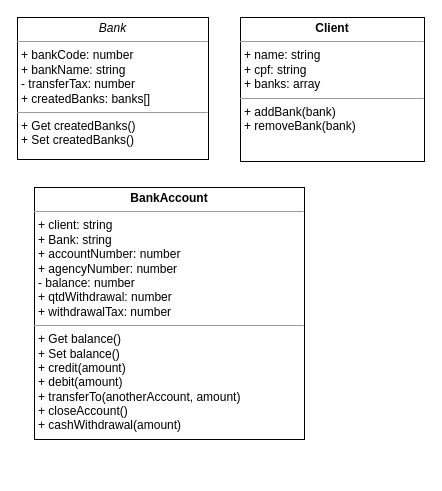
The draw.io diagram Exercícios/Para casa/entregas/Doria-fernandes/POO1.drawio in reprograma/on25-IJS-orientacao-objetos-I, before the edit. Source tidied: cells renumbered, new cells numbered last; positions are measured from the earlier drawing's top-left corner, leaving out a move shared by most shapes. Both pictures are drawn from the tidied source at 100%, with x=0, y=0 at pixel (17, 17).
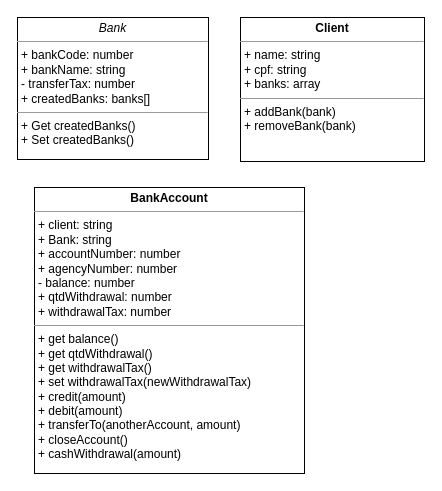
Above is the later version.

What changed in the source:
```diff
@@
 <mxGraphModel>
   <root>
     <mxCell id="0" />
     <mxCell id="1" parent="0" />
     <mxCell id="2" value="&lt;p style=&quot;margin:0px;margin-top:4px;text-align:center;&quot;&gt;&lt;i&gt;Bank&lt;/i&gt;&lt;/p&gt;&lt;hr size=&quot;1&quot;&gt;&lt;p style=&quot;margin:0px;margin-left:4px;&quot;&gt;+ bankCode: number&lt;/p&gt;&lt;p style=&quot;margin:0px;margin-left:4px;&quot;&gt;+ bankName: string&lt;/p&gt;&lt;p style=&quot;margin:0px;margin-left:4px;&quot;&gt;- transferTax: number&lt;/p&gt;&lt;p style=&quot;margin:0px;margin-left:4px;&quot;&gt;+ createdBanks: banks[]&amp;nbsp;&lt;/p&gt;&lt;hr size=&quot;1&quot;&gt;&lt;p style=&quot;margin:0px;margin-left:4px;&quot;&gt;+ Get createdBanks()&lt;/p&gt;&lt;p style=&quot;margin:0px;margin-left:4px;&quot;&gt;&lt;span style=&quot;background-color: initial;&quot;&gt;+ Set createdBanks()&lt;/span&gt;&lt;/p&gt;" style="verticalAlign=top;align=left;overflow=fill;fontSize=12;fontFamily=Helvetica;html=1;whiteSpace=wrap;" parent="1" vertex="1">
       <mxGeometry width="191" height="142" as="geometry" />
     </mxCell>
     <mxCell id="3" value="&lt;p style=&quot;margin:0px;margin-top:4px;text-align:center;&quot;&gt;&lt;b&gt;Client&lt;/b&gt;&lt;/p&gt;&lt;hr size=&quot;1&quot;&gt;&lt;p style=&quot;margin:0px;margin-left:4px;&quot;&gt;+ name: string&lt;/p&gt;&lt;p style=&quot;margin:0px;margin-left:4px;&quot;&gt;+ cpf: string&amp;nbsp;&lt;/p&gt;&lt;p style=&quot;margin:0px;margin-left:4px;&quot;&gt;+ banks: array&lt;/p&gt;&lt;hr size=&quot;1&quot;&gt;&lt;p style=&quot;margin:0px;margin-left:4px;&quot;&gt;+ addBank(bank)&lt;/p&gt;&lt;p style=&quot;margin:0px;margin-left:4px;&quot;&gt;+ removeBank(bank)&lt;/p&gt;&lt;p style=&quot;margin:0px;margin-left:4px;&quot;&gt;&lt;br&gt;&lt;/p&gt;" style="verticalAlign=top;align=left;overflow=fill;fontSize=12;fontFamily=Helvetica;html=1;whiteSpace=wrap;" parent="1" vertex="1">
       <mxGeometry x="223" width="184" height="144" as="geometry" />
     </mxCell>
-    <mxCell id="4" value="&lt;p style=&quot;margin:0px;margin-top:4px;text-align:center;&quot;&gt;&lt;b&gt;BankAccount&lt;/b&gt;&lt;/p&gt;&lt;hr size=&quot;1&quot;&gt;&lt;p style=&quot;margin:0px;margin-left:4px;&quot;&gt;+ client: string&lt;/p&gt;&lt;p style=&quot;margin:0px;margin-left:4px;&quot;&gt;+ Bank: string&lt;/p&gt;&lt;p style=&quot;margin:0px;margin-left:4px;&quot;&gt;+ accountNumber: number&lt;/p&gt;&lt;p style=&quot;margin:0px;margin-left:4px;&quot;&gt;+ agencyNumber: number&lt;/p&gt;&lt;p style=&quot;margin:0px;margin-left:4px;&quot;&gt;-&lt;span style=&quot;background-color: initial;&quot;&gt;&amp;nbsp;balance: number&lt;/span&gt;&lt;/p&gt;&lt;p style=&quot;margin:0px;margin-left:4px;&quot;&gt;&lt;span style=&quot;background-color: initial;&quot;&gt;+ qtdWithdrawal: number&lt;/span&gt;&lt;/p&gt;&lt;p style=&quot;margin:0px;margin-left:4px;&quot;&gt;&lt;span style=&quot;background-color: initial;&quot;&gt;+ withdrawalTax: number&lt;/span&gt;&lt;/p&gt;&lt;hr size=&quot;1&quot;&gt;&lt;p style=&quot;margin:0px;margin-left:4px;&quot;&gt;+ Get balance()&lt;/p&gt;&lt;p style=&quot;margin:0px;margin-left:4px;&quot;&gt;+ Set balance()&lt;/p&gt;&lt;p style=&quot;margin:0px;margin-left:4px;&quot;&gt;+ credit(amount)&lt;/p&gt;&lt;p style=&quot;margin:0px;margin-left:4px;&quot;&gt;+ debit(amount)&lt;/p&gt;&lt;p style=&quot;margin:0px;margin-left:4px;&quot;&gt;+ transferTo(anotherAccount, amount)&lt;/p&gt;&lt;p style=&quot;margin:0px;margin-left:4px;&quot;&gt;+ closeAccount()&lt;/p&gt;&lt;p style=&quot;margin:0px;margin-left:4px;&quot;&gt;+ cashWithdrawal(amount)&lt;/p&gt;&lt;p style=&quot;margin:0px;margin-left:4px;&quot;&gt;&lt;br&gt;&lt;/p&gt;" style="verticalAlign=top;align=left;overflow=fill;fontSize=12;fontFamily=Helvetica;html=1;whiteSpace=wrap;" parent="1" vertex="1">
-      <mxGeometry x="17" y="170" width="270" height="252" as="geometry" />
+    <mxCell id="4" value="&lt;p style=&quot;margin:0px;margin-top:4px;text-align:center;&quot;&gt;&lt;b&gt;BankAccount&lt;/b&gt;&lt;/p&gt;&lt;hr size=&quot;1&quot;&gt;&lt;p style=&quot;margin:0px;margin-left:4px;&quot;&gt;+ client: string&lt;/p&gt;&lt;p style=&quot;margin:0px;margin-left:4px;&quot;&gt;+ Bank: string&lt;/p&gt;&lt;p style=&quot;margin:0px;margin-left:4px;&quot;&gt;+ accountNumber: number&lt;/p&gt;&lt;p style=&quot;margin:0px;margin-left:4px;&quot;&gt;+ agencyNumber: number&lt;/p&gt;&lt;p style=&quot;margin:0px;margin-left:4px;&quot;&gt;-&lt;span style=&quot;background-color: initial;&quot;&gt;&amp;nbsp;balance: number&lt;/span&gt;&lt;/p&gt;&lt;p style=&quot;margin:0px;margin-left:4px;&quot;&gt;&lt;span style=&quot;background-color: initial;&quot;&gt;+ qtdWithdrawal: number&lt;/span&gt;&lt;/p&gt;&lt;p style=&quot;margin:0px;margin-left:4px;&quot;&gt;&lt;span style=&quot;background-color: initial;&quot;&gt;+ withdrawalTax: number&lt;/span&gt;&lt;/p&gt;&lt;hr size=&quot;1&quot;&gt;&lt;p style=&quot;margin:0px;margin-left:4px;&quot;&gt;+ get balance()&lt;/p&gt;&lt;p style=&quot;margin:0px;margin-left:4px;&quot;&gt;+ get qtdWithdrawal()&lt;/p&gt;&lt;p style=&quot;margin:0px;margin-left:4px;&quot;&gt;+ get withdrawalTax()&lt;/p&gt;&lt;p style=&quot;margin:0px;margin-left:4px;&quot;&gt;+ set withdrawalTax(newWithdrawalTax)&lt;/p&gt;&lt;p style=&quot;margin:0px;margin-left:4px;&quot;&gt;+ credit(amount)&lt;/p&gt;&lt;p style=&quot;margin:0px;margin-left:4px;&quot;&gt;+ debit(amount)&lt;/p&gt;&lt;p style=&quot;margin:0px;margin-left:4px;&quot;&gt;+ transferTo(anotherAccount, amount)&lt;/p&gt;&lt;p style=&quot;margin:0px;margin-left:4px;&quot;&gt;+ closeAccount()&lt;/p&gt;&lt;p style=&quot;margin:0px;margin-left:4px;&quot;&gt;+ cashWithdrawal(amount)&lt;/p&gt;&lt;p style=&quot;margin:0px;margin-left:4px;&quot;&gt;&lt;br&gt;&lt;/p&gt;" style="verticalAlign=top;align=left;overflow=fill;fontSize=12;fontFamily=Helvetica;html=1;whiteSpace=wrap;" parent="1" vertex="1">
+      <mxGeometry x="17" y="170" width="270" height="286" as="geometry" />
     </mxCell>
   </root>
 </mxGraphModel>
```
